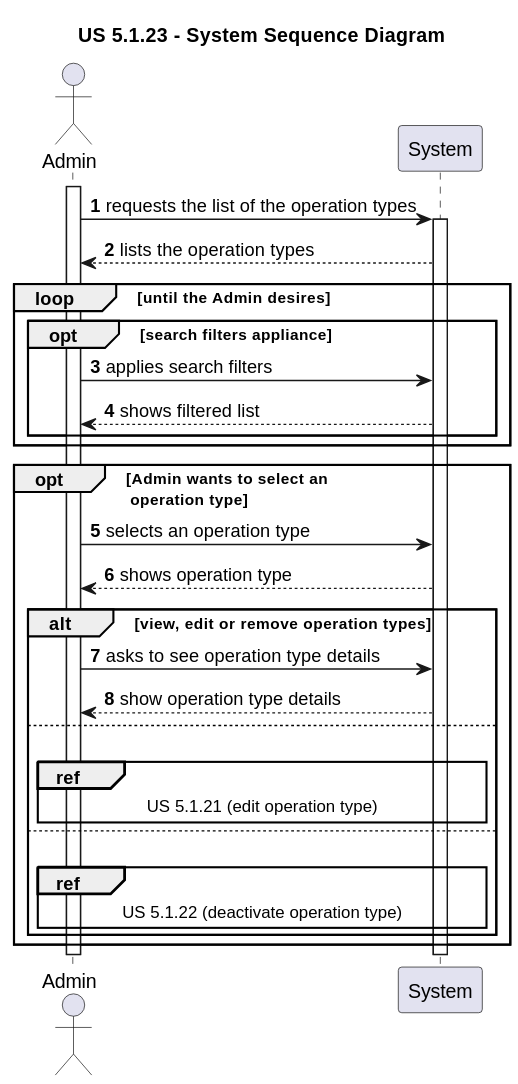
Above: docs/sprint-1/1221933/us-5.1.23/diagrams/ssd/us-5.1.23-ssd.svg in rita-barbosa/LAPR5-2425 (PlantUML), before the change. Source of this version:
```plantuml
@startuml

title "US 5.1.23 - System Sequence Diagram"

autonumber

actor Admin as ADM
participant System as SYS

activate ADM

ADM -> SYS : requests the list of the operation types
activate SYS

SYS --> ADM : lists the operation types

 loop until the Admin desires

opt search filters appliance
        ADM -> SYS : applies search filters

        SYS --> ADM : shows filtered list
        end opt
    end loop

    opt Admin wants to select an\n operation type

    ADM -> SYS : selects an operation type
    SYS --> ADM : shows operation type

        alt view, edit or remove operation types

        ADM -> SYS : asks to see operation type details
        SYS --> ADM : show operation type details
        else
        |||
        ref over ADM, SYS : US 5.1.21 (edit operation type)

        else
        |||
            ref over ADM, SYS : US 5.1.22 (deactivate operation type)
        end alt
    end opt

deactivate ADM
deactivate SYS
@enduml
```
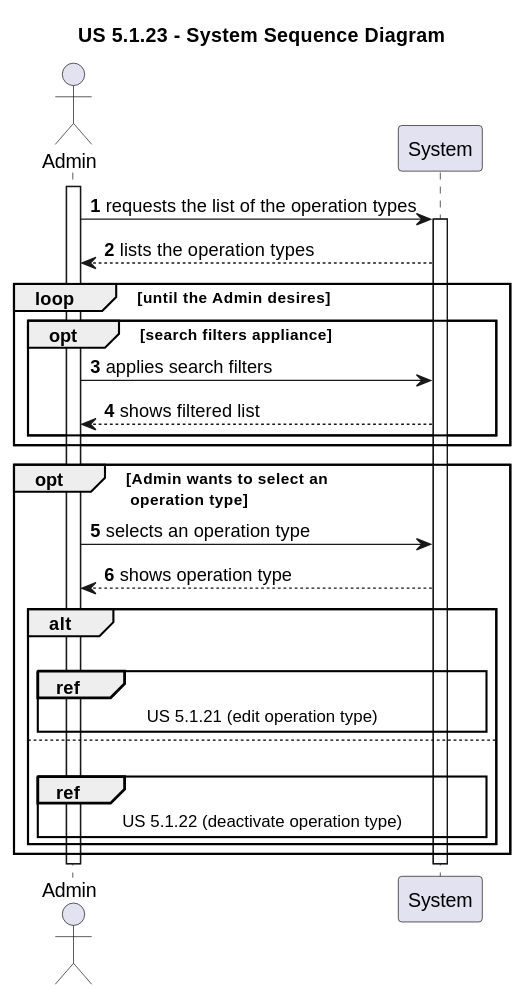
Later version of the same file.

Diff of the diagram source:
```diff
@@ -28,11 +28,7 @@
     ADM -> SYS : selects an operation type
     SYS --> ADM : shows operation type
 
-        alt view, edit or remove operation types
-
-        ADM -> SYS : asks to see operation type details
-        SYS --> ADM : show operation type details
-        else
+        alt
         |||
         ref over ADM, SYS : US 5.1.21 (edit operation type)
 
```
